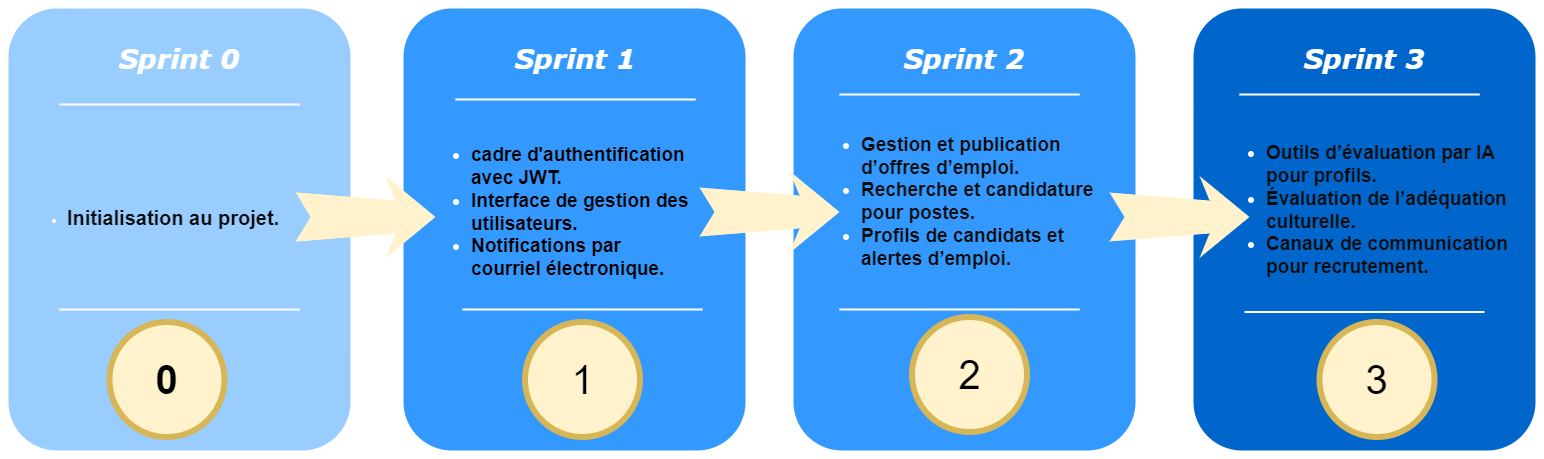
chirine1/-project keeps this draw.io diagram as sprints.png. Above is the earlier version. Source tidied: cells renumbered, new cells last; positions are measured from the earlier drawing's top-left corner, leaving out a move shared by most shapes.
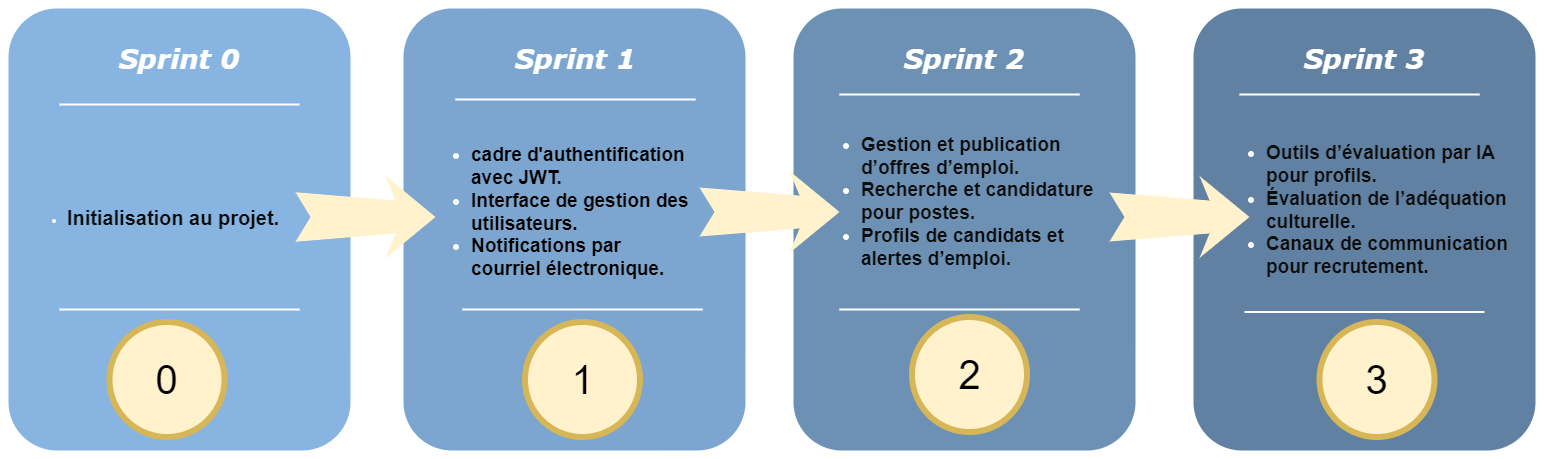
Above is the later version.

Commit message:
Mettre à jour sprints.png

What changed in the source:
```diff
@@ -2,7 +2,7 @@
   <root>
     <mxCell id="0" />
     <mxCell id="1" parent="0" />
-    <mxCell id="2" style="whiteSpace=wrap;html=1;rounded=1;shadow=0;strokeWidth=8;fontSize=20;align=center;fillColor=#99CCFF;strokeColor=#FFFFFF;" parent="1" vertex="1">
+    <mxCell id="2" style="whiteSpace=wrap;html=1;rounded=1;shadow=0;strokeWidth=8;fontSize=20;align=center;fillColor=#87B4E0;strokeColor=#FFFFFF;" parent="1" vertex="1">
       <mxGeometry width="350" height="450" as="geometry" />
     </mxCell>
     <mxCell id="3" value="&lt;blockquote&gt;&lt;font face=&quot;Verdana&quot;&gt;&lt;i&gt;Sprint 0&lt;/i&gt;&lt;/font&gt;&lt;/blockquote&gt;" style="text;html=1;strokeColor=none;fillColor=none;align=center;verticalAlign=middle;whiteSpace=wrap;rounded=0;shadow=0;fontSize=27;fontColor=#FFFFFF;fontStyle=1;" parent="1" vertex="1">
@@ -17,7 +17,7 @@
     <mxCell id="6" style="line;strokeWidth=2;html=1;rounded=0;shadow=0;fontSize=27;align=center;fillColor=none;strokeColor=#FFFFFF;" parent="1" vertex="1">
       <mxGeometry x="55" y="300" width="240" height="10" as="geometry" />
     </mxCell>
-    <mxCell id="7" style="whiteSpace=wrap;html=1;rounded=1;shadow=0;strokeWidth=8;fontSize=20;align=center;fillColor=#3399FF;strokeColor=#FFFFFF;" parent="1" vertex="1">
+    <mxCell id="7" style="whiteSpace=wrap;html=1;rounded=1;shadow=0;strokeWidth=8;fontSize=20;align=center;fillColor=#7CA6CF;strokeColor=#FFFFFF;" parent="1" vertex="1">
       <mxGeometry x="395" width="350" height="450" as="geometry" />
     </mxCell>
     <mxCell id="8" value="&lt;font face=&quot;Verdana&quot;&gt;&lt;i&gt;Sprint 1&lt;/i&gt;&lt;/font&gt;" style="text;html=1;strokeColor=none;fillColor=none;align=center;verticalAlign=middle;whiteSpace=wrap;rounded=0;shadow=0;fontSize=27;fontColor=#FFFFFF;fontStyle=1;" parent="1" vertex="1">
@@ -32,13 +32,13 @@
     <mxCell id="11" style="line;strokeWidth=2;html=1;rounded=0;shadow=0;fontSize=27;align=center;fillColor=none;strokeColor=#FFFFFF;" parent="1" vertex="1">
       <mxGeometry x="458" y="300" width="240" height="10" as="geometry" />
     </mxCell>
-    <mxCell id="12" value="&lt;h1&gt;&lt;font style=&quot;font-size: 40px;&quot;&gt;0&lt;/font&gt;&lt;/h1&gt;" style="ellipse;whiteSpace=wrap;html=1;rounded=0;shadow=0;strokeWidth=6;fontSize=14;align=center;fillColor=#fff2cc;strokeColor=#d6b656;" parent="1" vertex="1">
+    <mxCell id="12" value="&lt;h1&gt;&lt;font style=&quot;font-size: 40px; font-weight: normal;&quot;&gt;0&lt;/font&gt;&lt;/h1&gt;" style="ellipse;whiteSpace=wrap;html=1;rounded=0;shadow=0;strokeWidth=6;fontSize=14;align=center;fillColor=#fff2cc;strokeColor=#d6b656;" parent="1" vertex="1">
       <mxGeometry x="105" y="317.5" width="115" height="115" as="geometry" />
     </mxCell>
     <mxCell id="13" style="html=1;shadow=0;dashed=0;align=center;verticalAlign=middle;shape=mxgraph.arrows2.stylisedArrow;dy=0.6;dx=40;notch=15;feather=0.4;rounded=0;strokeWidth=1;fontSize=27;strokeColor=none;fillColor=#fff2cc;" parent="1" vertex="1">
       <mxGeometry x="291" y="171.2" width="140" height="82.5" as="geometry" />
     </mxCell>
-    <mxCell id="14" style="whiteSpace=wrap;html=1;rounded=1;shadow=0;strokeWidth=8;fontSize=20;align=center;fillColor=#3399FF;strokeColor=#FFFFFF;" parent="1" vertex="1">
+    <mxCell id="14" style="whiteSpace=wrap;html=1;rounded=1;shadow=0;strokeWidth=8;fontSize=20;align=center;fillColor=#6C91B5;strokeColor=#FFFFFF;" parent="1" vertex="1">
       <mxGeometry x="785" width="350" height="450" as="geometry" />
     </mxCell>
     <mxCell id="15" value="&lt;font face=&quot;Verdana&quot;&gt;&lt;i&gt;Sprint 2&lt;/i&gt;&lt;/font&gt;" style="text;html=1;strokeColor=none;fillColor=none;align=center;verticalAlign=middle;whiteSpace=wrap;rounded=0;shadow=0;fontSize=27;fontColor=#FFFFFF;fontStyle=1;" parent="1" vertex="1">
@@ -59,7 +59,7 @@
     <mxCell id="20" style="html=1;shadow=0;dashed=0;align=center;verticalAlign=middle;shape=mxgraph.arrows2.stylisedArrow;dy=0.6;dx=40;notch=15;feather=0.4;rounded=0;strokeWidth=1;fontSize=27;strokeColor=none;fillColor=#fff2cc;" parent="1" vertex="1">
       <mxGeometry x="695" y="166.5" width="140" height="82" as="geometry" />
     </mxCell>
-    <mxCell id="21" style="whiteSpace=wrap;html=1;rounded=1;shadow=0;strokeWidth=8;fontSize=20;align=center;fillColor=#0066CC;strokeColor=#FFFFFF;" parent="1" vertex="1">
+    <mxCell id="21" style="whiteSpace=wrap;html=1;rounded=1;shadow=0;strokeWidth=8;fontSize=20;align=center;fillColor=#6081A1;strokeColor=#FFFFFF;" parent="1" vertex="1">
       <mxGeometry x="1185" width="350" height="450" as="geometry" />
     </mxCell>
     <mxCell id="22" value="&lt;font face=&quot;Verdana&quot;&gt;&lt;i&gt;Sprint 3&lt;/i&gt;&lt;/font&gt;" style="text;html=1;strokeColor=none;fillColor=none;align=center;verticalAlign=middle;whiteSpace=wrap;rounded=0;shadow=0;fontSize=27;fontColor=#FFFFFF;fontStyle=1;" parent="1" vertex="1">
```
